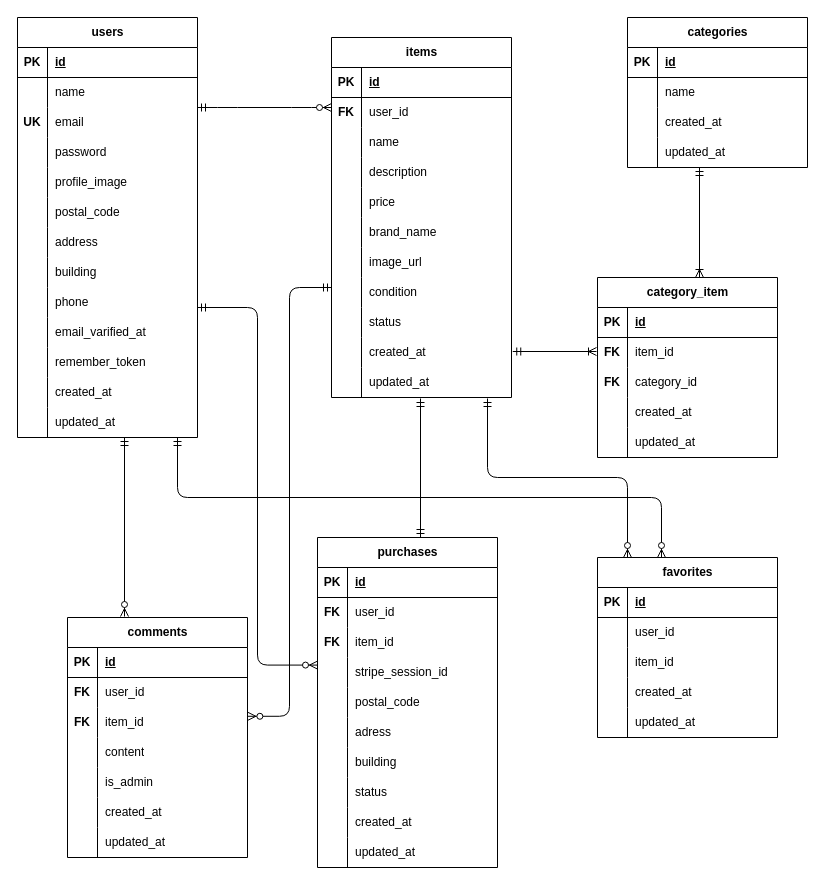
Earlier version of the draw.io diagram er.drawio (norinori25/fleamarket-test). Source tidied: cells renumbered, new cells numbered last; positions are measured from the earlier drawing's top-left corner, leaving out a move shared by most shapes. Both pictures are drawn from the tidied source at 100%, with x=0, y=0 at pixel (17, 17).
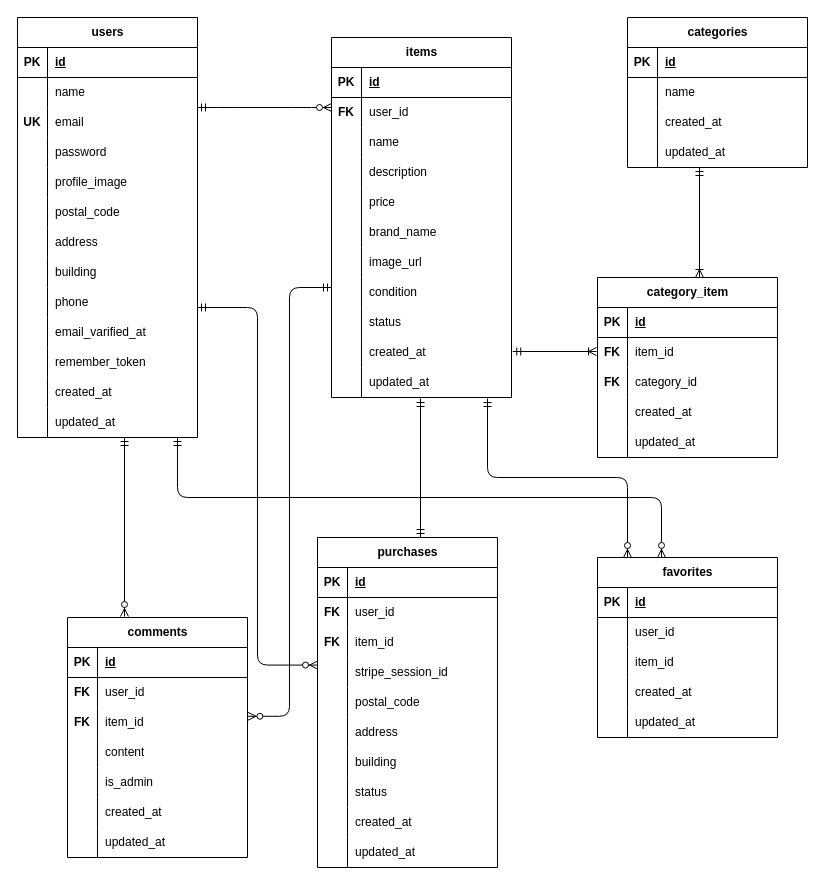
Above is the later version.

The change refers to these unchanged cells:
```xml
<mxCell id="138" style="shape=tableRow;horizontal=0;startSize=0;swimlaneHead=0;swimlaneBody=0;fillColor=none;top=0;left=0;right=0;bottom=0;" parent="122" vertex="1">
  <mxGeometry y="180" width="180" height="30" as="geometry" />
</mxCell>
```

What changed in the source:
```diff
@@
-    <mxCell id="140" value="adress" style="shape=partialRectangle;fillColor=none;top=0;left=0;bottom=0;right=0;align=left;spacingLeft=6;overflow=hidden;whiteSpace=wrap;html=1;" parent="138" vertex="1">
+    <mxCell id="140" value="address" style="shape=partialRectangle;fillColor=none;top=0;left=0;bottom=0;right=0;align=left;spacingLeft=6;overflow=hidden;whiteSpace=wrap;html=1;" parent="138" vertex="1">
       <mxGeometry x="30" width="150" height="30" as="geometry" />
     </mxCell>
```
